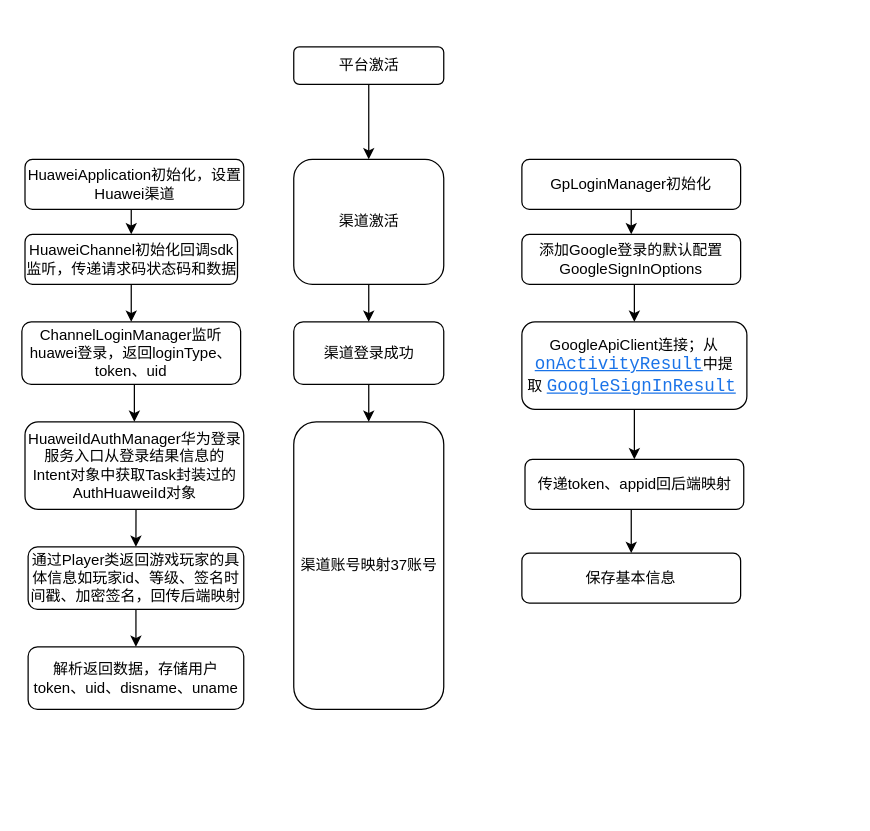
fyang21117/app_diagrams keeps this draw.io diagram as Untitled Diagram.drawio. Above is the earlier version. Source tidied: cells renumbered, new cells numbered last; positions are measured from the earlier drawing's top-left corner, leaving out a move shared by most shapes. Both pictures are drawn from the tidied source at 125%, with x=0, y=0 at pixel (21, 46).
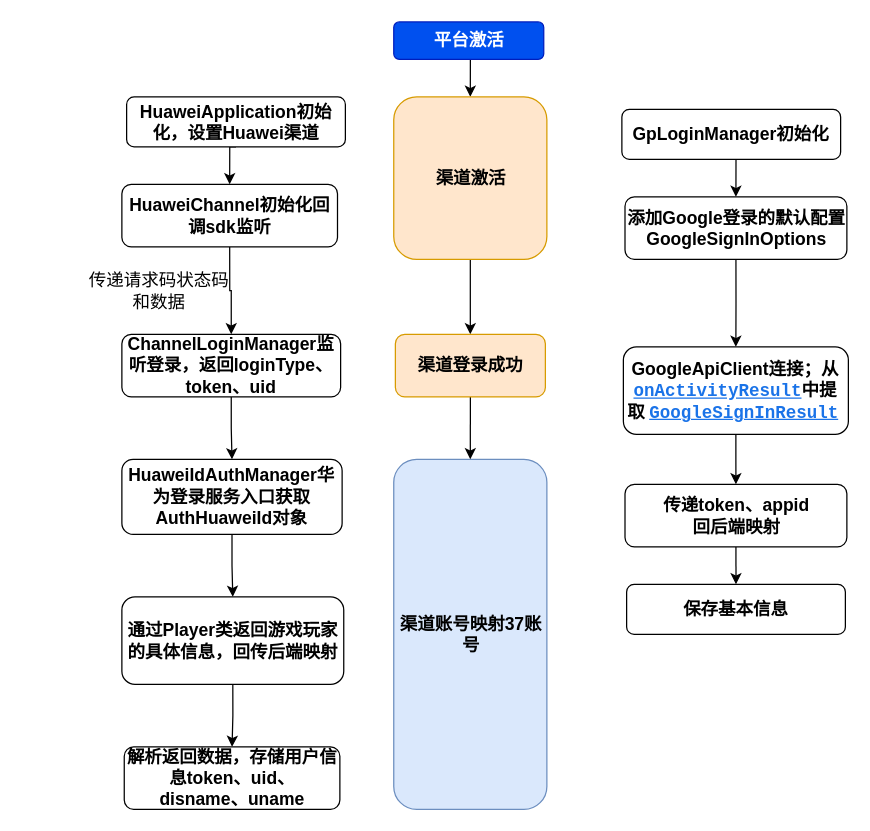
After the change.

Commit message:
Update Huawei_gp_login

What changed in the source:
```diff
@@
-    <mxCell id="3" value="HuaweiApplication初始化，设置Huawei渠道" style="rounded=1;whiteSpace=wrap;html=1;fontSize=12;glass=0;strokeWidth=1;shadow=0;" parent="1" vertex="1">
-      <mxGeometry x="2.5" y="90" width="175" height="40" as="geometry" />
+    <mxCell id="3" value="HuaweiApplication初始化，设置Huawei渠道" style="rounded=1;whiteSpace=wrap;html=1;fontSize=14;glass=0;strokeWidth=1;shadow=0;fontStyle=1;" parent="1" vertex="1">
+      <mxGeometry x="83.8" y="40" width="175" height="40" as="geometry" />
     </mxCell>
@@
-    <mxCell id="5" value="HuaweiChannel初始化回调sdk监听，传递请求码状态码和数据" style="rounded=1;whiteSpace=wrap;html=1;fontSize=12;glass=0;strokeWidth=1;shadow=0;" parent="1" vertex="1">
-      <mxGeometry x="2.5" y="150" width="170" height="40" as="geometry" />
+    <mxCell id="5" value="HuaweiChannel初始化回调sdk监听" style="rounded=1;whiteSpace=wrap;html=1;fontSize=14;glass=0;strokeWidth=1;shadow=0;fontStyle=1;" parent="1" vertex="1">
+      <mxGeometry x="80" y="110" width="172.5" height="50" as="geometry" />
     </mxCell>
@@
-    <mxCell id="7" value="ChannelLoginManager监听huawei登录，返回loginType、token、uid" style="rounded=1;whiteSpace=wrap;html=1;fontSize=12;glass=0;strokeWidth=1;shadow=0;" parent="1" vertex="1">
-      <mxGeometry y="220" width="175" height="50" as="geometry" />
+    <mxCell id="7" value="ChannelLoginManager监听登录，返回loginType、token、uid" style="rounded=1;whiteSpace=wrap;html=1;fontSize=14;glass=0;strokeWidth=1;shadow=0;fontStyle=1;" parent="1" vertex="1">
+      <mxGeometry x="80" y="230" width="175" height="50" as="geometry" />
     </mxCell>
@@
-    <mxCell id="9" value="平台激活" style="rounded=1;whiteSpace=wrap;html=1;fontSize=12;glass=0;strokeWidth=1;shadow=0;" parent="1" vertex="1">
-      <mxGeometry x="217.5" width="120" height="30" as="geometry" />
+    <mxCell id="9" value="平台激活" style="rounded=1;whiteSpace=wrap;html=1;fontSize=14;glass=0;strokeWidth=1;shadow=0;fontStyle=1;fillColor=#0050ef;strokeColor=#001DBC;fontColor=#ffffff;" parent="1" vertex="1">
+      <mxGeometry x="297.5" y="-20" width="120" height="30" as="geometry" />
     </mxCell>
@@
-    <mxCell id="11" value="渠道激活" style="rounded=1;whiteSpace=wrap;html=1;fontSize=12;glass=0;strokeWidth=1;shadow=0;" parent="1" vertex="1">
-      <mxGeometry x="217.5" y="90" width="120" height="100" as="geometry" />
+    <mxCell id="11" value="渠道激活" style="rounded=1;whiteSpace=wrap;html=1;fontSize=14;glass=0;strokeWidth=1;shadow=0;fillColor=#ffe6cc;strokeColor=#d79b00;fontStyle=1;" parent="1" vertex="1">
+      <mxGeometry x="297.5" y="40" width="122.5" height="130" as="geometry" />
     </mxCell>
-    <mxCell id="12" value="渠道账号映射37账号" style="rounded=1;whiteSpace=wrap;html=1;fontSize=12;glass=0;strokeWidth=1;shadow=0;" parent="1" vertex="1">
-      <mxGeometry x="217.5" y="300" width="120" height="230" as="geometry" />
+    <mxCell id="12" value="渠道账号映射37账号" style="rounded=1;whiteSpace=wrap;html=1;fontSize=14;glass=0;strokeWidth=1;shadow=0;fontStyle=1;fillColor=#dae8fc;strokeColor=#6c8ebf;" parent="1" vertex="1">
+      <mxGeometry x="297.5" y="330" width="122.5" height="280" as="geometry" />
     </mxCell>
@@
-    <mxCell id="14" value="渠道登录成功" style="rounded=1;whiteSpace=wrap;html=1;fontSize=12;glass=0;strokeWidth=1;shadow=0;" parent="1" vertex="1">
-      <mxGeometry x="217.5" y="220" width="120" height="50" as="geometry" />
+    <mxCell id="14" value="渠道登录成功" style="rounded=1;whiteSpace=wrap;html=1;fontSize=14;glass=0;strokeWidth=1;shadow=0;fillColor=#ffe6cc;strokeColor=#d79b00;fontStyle=1;" parent="1" vertex="1">
+      <mxGeometry x="298.8" y="230" width="120" height="50" as="geometry" />
     </mxCell>
@@
-    <mxCell id="16" value="HuaweiIdAuthManager华为登录服务入口从登录结果信息的Intent对象中获取Task封装过的AuthHuaweiId对象" style="rounded=1;whiteSpace=wrap;html=1;fontSize=12;glass=0;strokeWidth=1;shadow=0;" parent="1" vertex="1">
-      <mxGeometry x="2.5" y="300" width="175" height="70" as="geometry" />
+    <mxCell id="16" value="HuaweiIdAuthManager华为登录服务入口获取AuthHuaweiId对象" style="rounded=1;whiteSpace=wrap;html=1;fontSize=14;glass=0;strokeWidth=1;shadow=0;fontStyle=1;" parent="1" vertex="1">
+      <mxGeometry x="80" y="330" width="176.2" height="60" as="geometry" />
     </mxCell>
@@
-    <mxCell id="18" value="通过Player类返回游戏玩家的具体信息如玩家id、等级、签名时间戳、加密签名，回传后端映射" style="rounded=1;whiteSpace=wrap;html=1;fontSize=12;glass=0;strokeWidth=1;shadow=0;" parent="1" vertex="1">
-      <mxGeometry x="5" y="400" width="172.5" height="50" as="geometry" />
+    <mxCell id="18" value="通过Player类返回游戏玩家的具体信息，回传后端映射" style="rounded=1;whiteSpace=wrap;html=1;fontSize=14;glass=0;strokeWidth=1;shadow=0;fontStyle=1;" parent="1" vertex="1">
+      <mxGeometry x="80" y="440" width="177.5" height="70" as="geometry" />
     </mxCell>
-    <mxCell id="19" value="解析返回数据，存储用户token、uid、disname、uname" style="rounded=1;whiteSpace=wrap;html=1;fontSize=12;glass=0;strokeWidth=1;shadow=0;" parent="1" vertex="1">
-      <mxGeometry x="5" y="480" width="172.5" height="50" as="geometry" />
+    <mxCell id="19" value="解析返回数据，存储用户信息token、uid、disname、uname" style="rounded=1;whiteSpace=wrap;html=1;fontSize=14;glass=0;strokeWidth=1;shadow=0;fontStyle=1;" parent="1" vertex="1">
+      <mxGeometry x="81.9" y="560" width="172.5" height="50" as="geometry" />
     </mxCell>
@@
-    <mxCell id="21" value="GpLoginManager初始化" style="rounded=1;whiteSpace=wrap;html=1;fontSize=12;glass=0;strokeWidth=1;shadow=0;" parent="1" vertex="1">
-      <mxGeometry x="400" y="90" width="175" height="40" as="geometry" />
+    <mxCell id="21" value="GpLoginManager初始化" style="rounded=1;whiteSpace=wrap;html=1;fontSize=14;glass=0;strokeWidth=1;shadow=0;fontStyle=1;" parent="1" vertex="1">
+      <mxGeometry x="480" y="50" width="175" height="40" as="geometry" />
     </mxCell>
-    <mxCell id="22" style="edgeStyle=orthogonalEdgeStyle;rounded=0;jettySize=auto;html=1;exitX=0.5;exitY=1;exitDx=0;exitDy=0;entryX=0.5;entryY=0;entryDx=0;entryDy=0;" parent="1" edge="1" source="23" target="25">
+    <mxCell id="22" style="edgeStyle=orthogonalEdgeStyle;rounded=0;jettySize=auto;html=1;exitX=0.5;exitY=1;exitDx=0;exitDy=0;entryX=0.5;entryY=0;entryDx=0;entryDy=0;fontSize=14;" parent="1" edge="1" source="23" target="25">
       <mxGeometry relative="1" as="geometry" />
     </mxCell>
-    <mxCell id="23" value="添加Google登录的默认配置GoogleSignInOptions" style="rounded=1;whiteSpace=wrap;html=1;fontSize=12;glass=0;strokeWidth=1;shadow=0;" parent="1" vertex="1">
-      <mxGeometry x="400" y="150" width="175" height="40" as="geometry" />
+    <mxCell id="23" value="添加Google登录的默认配置GoogleSignInOptions" style="rounded=1;whiteSpace=wrap;html=1;fontSize=14;glass=0;strokeWidth=1;shadow=0;fontStyle=1;" parent="1" vertex="1">
+      <mxGeometry x="482.5" y="120" width="177.5" height="50" as="geometry" />
     </mxCell>
@@
-    <mxCell id="25" value="GoogleApiClient连接；从&lt;a href=&quot;https://developer.android.com/reference/android/app/Activity.html#onActivityResult(int,%20int,%20android.content.Intent)&quot; style=&quot;font-family: &amp;#34;roboto mono&amp;#34; , monospace ; font-size: 14px ; text-align: left ; box-sizing: inherit ; color: rgb(26 , 115 , 232) ; outline: 0px&quot;&gt;onActivityResult&lt;/a&gt;中提取&lt;span style=&quot;color: rgb(32 , 33 , 36) ; font-family: &amp;#34;roboto&amp;#34; , &amp;#34;noto sans&amp;#34; , &amp;#34;noto sans jp&amp;#34; , &amp;#34;noto sans kr&amp;#34; , &amp;#34;noto naskh arabic&amp;#34; , &amp;#34;noto sans thai&amp;#34; , &amp;#34;noto sans hebrew&amp;#34; , &amp;#34;noto sans bengali&amp;#34; , sans-serif ; font-size: 14px ; text-align: left ; background-color: rgba(255 , 255 , 255 , 0.95)&quot;&gt;&amp;nbsp;&lt;/span&gt;&lt;code translate=&quot;no&quot; dir=&quot;ltr&quot; style=&quot;box-sizing: inherit ; background: 0px center rgba(255 , 255 , 255 , 0.95) ; color: rgb(55 , 71 , 79) ; font-stretch: normal ; font-size: 14px ; line-height: 1 ; font-family: &amp;#34;roboto mono&amp;#34; , monospace ; padding: 0px ; text-align: left ; word-break: normal ; direction: ltr&quot;&gt;&lt;a href=&quot;https://developers.google.com/android/reference/com/google/android/gms/auth/api/signin/GoogleSignInResult&quot; style=&quot;box-sizing: inherit ; color: rgb(26 , 115 , 232) ; outline: 0px&quot;&gt;GoogleSignInResult&lt;/a&gt;&lt;/code&gt;&lt;span style=&quot;color: rgb(32 , 33 , 36) ; font-family: &amp;#34;roboto&amp;#34; , &amp;#34;noto sans&amp;#34; , &amp;#34;noto sans jp&amp;#34; , &amp;#34;noto sans kr&amp;#34; , &amp;#34;noto naskh arabic&amp;#34; , &amp;#34;noto sans thai&amp;#34; , &amp;#34;noto sans hebrew&amp;#34; , &amp;#34;noto sans bengali&amp;#34; , sans-serif ; font-size: 14px ; text-align: left ; background-color: rgba(255 , 255 , 255 , 0.95)&quot;&gt;&amp;nbsp;&lt;/span&gt;" style="rounded=1;whiteSpace=wrap;html=1;fontSize=12;glass=0;strokeWidth=1;shadow=0;" parent="1" vertex="1">
-      <mxGeometry x="400" y="220" width="180" height="70" as="geometry" />
+    <mxCell id="25" value="GoogleApiClient连接；从&lt;a href=&quot;https://developer.android.com/reference/android/app/Activity.html#onActivityResult(int,%20int,%20android.content.Intent)&quot; style=&quot;font-family: &amp;quot;roboto mono&amp;quot;, monospace; font-size: 14px; text-align: left; box-sizing: inherit; color: rgb(26, 115, 232); outline: 0px;&quot;&gt;onActivityResult&lt;/a&gt;中提取&lt;span style=&quot;color: rgb(32, 33, 36); font-family: roboto, &amp;quot;noto sans&amp;quot;, &amp;quot;noto sans jp&amp;quot;, &amp;quot;noto sans kr&amp;quot;, &amp;quot;noto naskh arabic&amp;quot;, &amp;quot;noto sans thai&amp;quot;, &amp;quot;noto sans hebrew&amp;quot;, &amp;quot;noto sans bengali&amp;quot;, sans-serif; font-size: 14px; text-align: left; background-color: rgba(255, 255, 255, 0.95);&quot;&gt;&amp;nbsp;&lt;/span&gt;&lt;code translate=&quot;no&quot; dir=&quot;ltr&quot; style=&quot;box-sizing: inherit; background: 0px center rgba(255, 255, 255, 0.95); color: rgb(55, 71, 79); font-stretch: normal; font-size: 14px; line-height: 1; font-family: &amp;quot;roboto mono&amp;quot;, monospace; padding: 0px; text-align: left; word-break: normal; direction: ltr;&quot;&gt;&lt;a href=&quot;https://developers.google.com/android/reference/com/google/android/gms/auth/api/signin/GoogleSignInResult&quot; style=&quot;box-sizing: inherit; color: rgb(26, 115, 232); outline: 0px; font-size: 14px;&quot;&gt;GoogleSignInResult&lt;/a&gt;&lt;/code&gt;&lt;span style=&quot;color: rgb(32, 33, 36); font-family: roboto, &amp;quot;noto sans&amp;quot;, &amp;quot;noto sans jp&amp;quot;, &amp;quot;noto sans kr&amp;quot;, &amp;quot;noto naskh arabic&amp;quot;, &amp;quot;noto sans thai&amp;quot;, &amp;quot;noto sans hebrew&amp;quot;, &amp;quot;noto sans bengali&amp;quot;, sans-serif; font-size: 14px; text-align: left; background-color: rgba(255, 255, 255, 0.95);&quot;&gt;&amp;nbsp;&lt;/span&gt;" style="rounded=1;whiteSpace=wrap;html=1;fontSize=14;glass=0;strokeWidth=1;shadow=0;fontStyle=1;" parent="1" vertex="1">
+      <mxGeometry x="481.2" y="240" width="180" height="70" as="geometry" />
     </mxCell>
@@
-    <mxCell id="27" value="传递token、appid回后端映射" style="rounded=1;whiteSpace=wrap;html=1;fontSize=12;glass=0;strokeWidth=1;shadow=0;" parent="1" vertex="1">
-      <mxGeometry x="402.5" y="330" width="175" height="40" as="geometry" />
+    <mxCell id="27" value="传递token、appid&lt;br&gt;回后端映射" style="rounded=1;whiteSpace=wrap;html=1;fontSize=14;glass=0;strokeWidth=1;shadow=0;fontStyle=1;" parent="1" vertex="1">
+      <mxGeometry x="482.5" y="350" width="177.5" height="50" as="geometry" />
     </mxCell>
-    <mxCell id="28" value="保存基本信息" style="rounded=1;whiteSpace=wrap;html=1;fontSize=12;glass=0;strokeWidth=1;shadow=0;" parent="1" vertex="1">
-      <mxGeometry x="400" y="405" width="175" height="40" as="geometry" />
+    <mxCell id="28" value="保存基本信息" style="rounded=1;whiteSpace=wrap;html=1;fontSize=14;glass=0;strokeWidth=1;shadow=0;fontStyle=1;" parent="1" vertex="1">
+      <mxGeometry x="483.8" y="430" width="175" height="40" as="geometry" />
     </mxCell>
+    <mxCell id="29" value="&lt;span style=&quot;&quot;&gt;传递请求码状态码和数据&lt;/span&gt;" style="text;html=1;strokeColor=none;fillColor=none;align=center;verticalAlign=middle;whiteSpace=wrap;rounded=0;fontSize=14;fontStyle=0;" parent="1" vertex="1">
+      <mxGeometry x="50" y="180" width="120" height="30" as="geometry" />
+    </mxCell>
```
